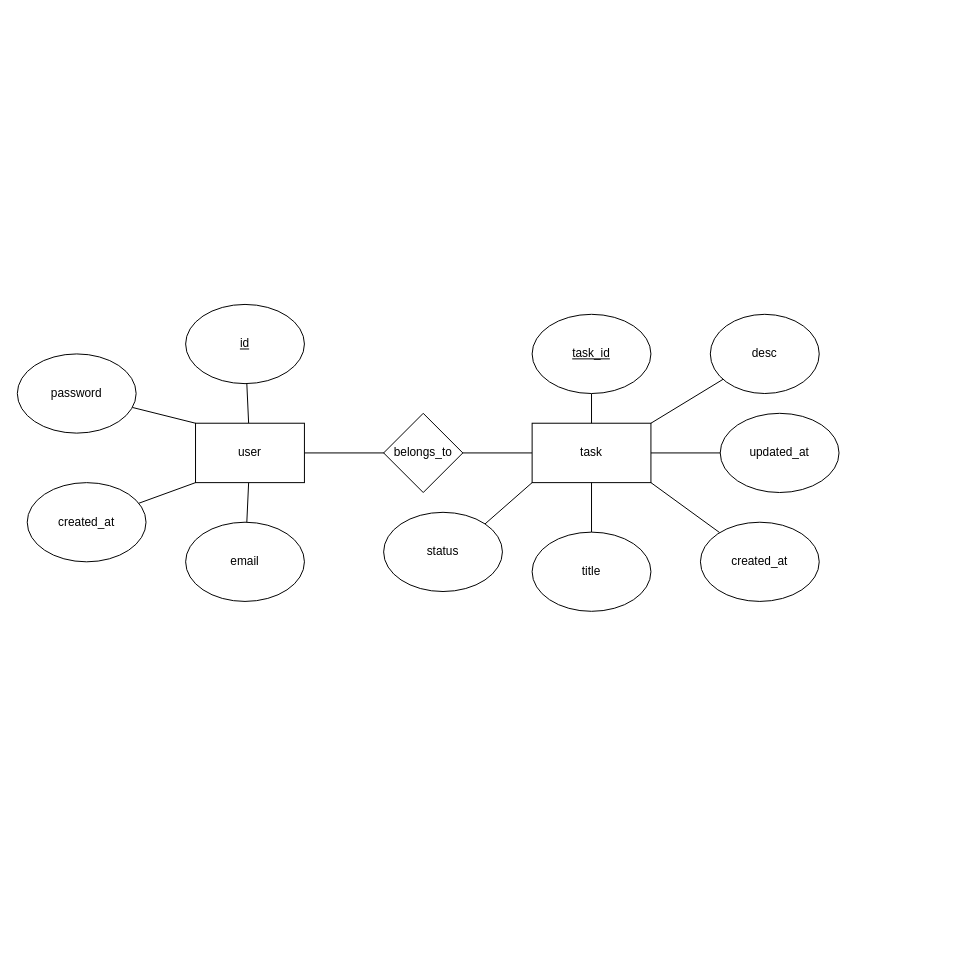
This is diagram.drawio from julianaxxx/task_forest, a draw.io file, before an edit. Source tidied: cells renumbered, new cells numbered last; positions are measured from the earlier drawing's top-left corner, leaving out a move shared by most shapes. Both pictures are drawn from the tidied source at 99%, with x=0, y=0 at pixel (17, 304).
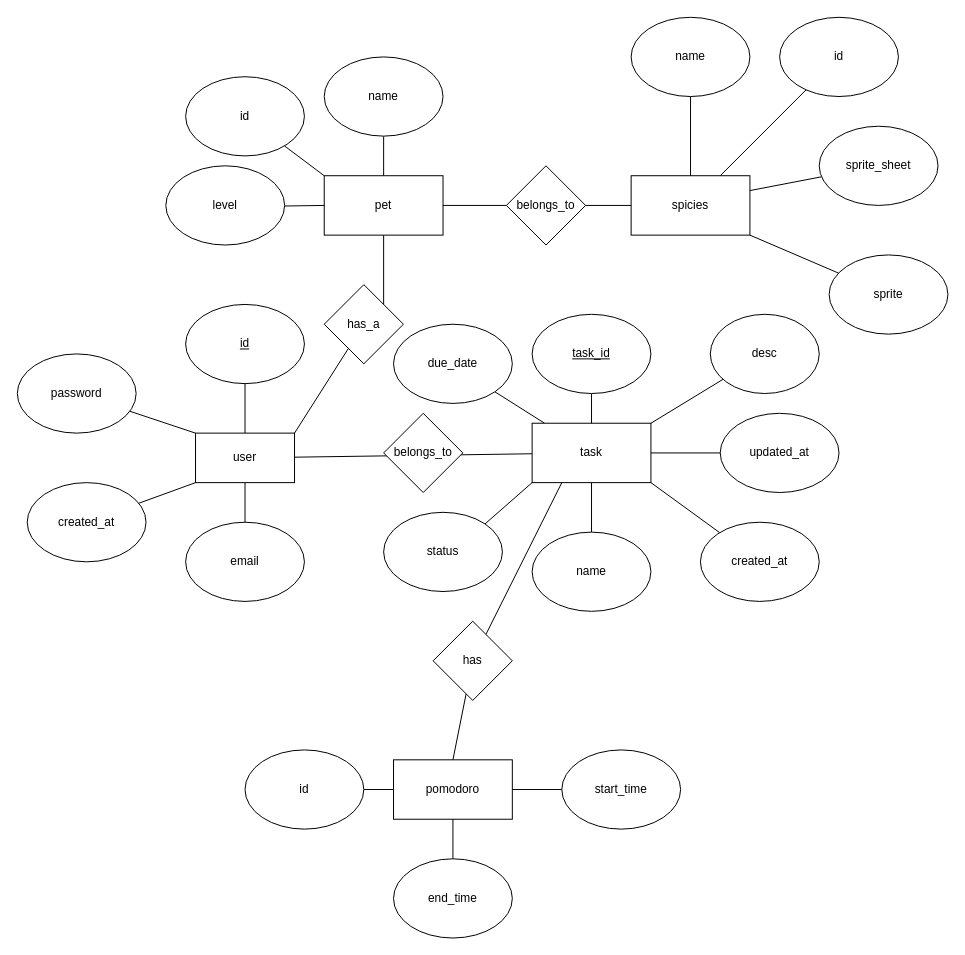
The same diagram, later.

Unchanged cells that the change refers to:
```xml
<mxCell id="7" value="task" style="rounded=0;whiteSpace=wrap;html=1;" parent="1" vertex="1">
  <mxGeometry x="520" y="120" width="120" height="60" as="geometry" />
</mxCell>
```

The edit, as a diff of the source:
```diff
@@
     <mxCell id="5" value="user" style="rounded=0;whiteSpace=wrap;html=1;" parent="1" vertex="1">
-      <mxGeometry x="180" y="120" width="110" height="60" as="geometry" />
+      <mxGeometry x="180" y="130" width="100" height="50" as="geometry" />
     </mxCell>
@@
+    <mxCell id="26" style="edgeStyle=none;html=1;entryX=1;entryY=1;entryDx=0;entryDy=0;endArrow=none;endFill=0;" parent="1" edge="1" source="7" target="49">
+      <mxGeometry relative="1" as="geometry" />
+    </mxCell>
@@
-    <mxCell id="17" value="title" style="ellipse;whiteSpace=wrap;html=1;" parent="1" vertex="1">
+    <mxCell id="17" value="name" style="ellipse;whiteSpace=wrap;html=1;" parent="1" vertex="1">
       <mxGeometry x="520" y="230" width="120" height="80" as="geometry" />
     </mxCell>
@@
+    <mxCell id="27" style="edgeStyle=none;html=1;entryX=1;entryY=0;entryDx=0;entryDy=0;endArrow=none;endFill=0;" parent="1" edge="1" source="29" target="31">
+      <mxGeometry relative="1" as="geometry" />
+    </mxCell>
+    <mxCell id="28" style="edgeStyle=none;html=1;endArrow=none;endFill=0;" parent="1" edge="1" source="29" target="38">
+      <mxGeometry relative="1" as="geometry" />
+    </mxCell>
+    <mxCell id="29" value="pet" style="rounded=0;whiteSpace=wrap;html=1;" parent="1" vertex="1">
+      <mxGeometry x="310" y="-130" width="120" height="60" as="geometry" />
+    </mxCell>
+    <mxCell id="30" style="edgeStyle=none;html=1;entryX=1;entryY=0;entryDx=0;entryDy=0;endArrow=none;endFill=0;" parent="1" edge="1" source="31" target="5">
+      <mxGeometry relative="1" as="geometry" />
+    </mxCell>
+    <mxCell id="31" value="has_a" style="rhombus;whiteSpace=wrap;html=1;" parent="1" vertex="1">
+      <mxGeometry x="310" y="-20" width="80" height="80" as="geometry" />
+    </mxCell>
+    <mxCell id="32" style="edgeStyle=none;html=1;endArrow=none;endFill=0;" parent="1" edge="1" source="33" target="29">
+      <mxGeometry relative="1" as="geometry" />
+    </mxCell>
+    <mxCell id="33" value="name" style="ellipse;whiteSpace=wrap;html=1;" parent="1" vertex="1">
+      <mxGeometry x="310" y="-250" width="120" height="80" as="geometry" />
+    </mxCell>
+    <mxCell id="34" style="edgeStyle=none;html=1;endArrow=none;endFill=0;" parent="1" edge="1" source="35" target="29">
+      <mxGeometry relative="1" as="geometry" />
+    </mxCell>
+    <mxCell id="35" value="level" style="ellipse;whiteSpace=wrap;html=1;" parent="1" vertex="1">
+      <mxGeometry x="150" y="-140" width="120" height="80" as="geometry" />
+    </mxCell>
+    <mxCell id="36" value="spicies" style="rounded=0;whiteSpace=wrap;html=1;" parent="1" vertex="1">
+      <mxGeometry x="620" y="-130" width="120" height="60" as="geometry" />
+    </mxCell>
+    <mxCell id="37" style="edgeStyle=none;html=1;endArrow=none;endFill=0;" parent="1" edge="1" source="38" target="36">
+      <mxGeometry relative="1" as="geometry" />
+    </mxCell>
+    <mxCell id="38" value="belongs_to" style="rhombus;whiteSpace=wrap;html=1;" parent="1" vertex="1">
+      <mxGeometry x="494" y="-140" width="80" height="80" as="geometry" />
+    </mxCell>
+    <mxCell id="39" style="edgeStyle=none;html=1;endArrow=none;endFill=0;" parent="1" edge="1" source="40" target="36">
+      <mxGeometry relative="1" as="geometry" />
+    </mxCell>
+    <mxCell id="40" value="name" style="ellipse;whiteSpace=wrap;html=1;" parent="1" vertex="1">
+      <mxGeometry x="620" y="-290" width="120" height="80" as="geometry" />
+    </mxCell>
+    <mxCell id="41" style="edgeStyle=none;html=1;entryX=1;entryY=0.25;entryDx=0;entryDy=0;endArrow=none;endFill=0;" parent="1" edge="1" source="42" target="36">
+      <mxGeometry relative="1" as="geometry" />
+    </mxCell>
+    <mxCell id="42" value="sprite_sheet" style="ellipse;whiteSpace=wrap;html=1;" parent="1" vertex="1">
+      <mxGeometry x="810" y="-180" width="120" height="80" as="geometry" />
+    </mxCell>
+    <mxCell id="43" style="edgeStyle=none;html=1;entryX=1;entryY=1;entryDx=0;entryDy=0;endArrow=none;endFill=0;" parent="1" edge="1" source="44" target="36">
+      <mxGeometry relative="1" as="geometry" />
+    </mxCell>
+    <mxCell id="44" value="sprite" style="ellipse;whiteSpace=wrap;html=1;" parent="1" vertex="1">
+      <mxGeometry x="820" y="-50" width="120" height="80" as="geometry" />
+    </mxCell>
+    <mxCell id="45" style="edgeStyle=none;html=1;endArrow=none;endFill=0;" parent="1" edge="1" source="46" target="36">
+      <mxGeometry relative="1" as="geometry" />
+    </mxCell>
+    <mxCell id="46" value="id" style="ellipse;whiteSpace=wrap;html=1;" parent="1" vertex="1">
+      <mxGeometry x="770" y="-290" width="120" height="80" as="geometry" />
+    </mxCell>
+    <mxCell id="47" style="edgeStyle=none;html=1;entryX=0;entryY=0;entryDx=0;entryDy=0;endArrow=none;endFill=0;" parent="1" edge="1" source="48" target="29">
+      <mxGeometry relative="1" as="geometry" />
+    </mxCell>
+    <mxCell id="48" value="id" style="ellipse;whiteSpace=wrap;html=1;" parent="1" vertex="1">
+      <mxGeometry x="170" y="-230" width="120" height="80" as="geometry" />
+    </mxCell>
+    <mxCell id="49" value="due_date" style="ellipse;whiteSpace=wrap;html=1;" parent="1" vertex="1">
+      <mxGeometry x="380" y="20" width="120" height="80" as="geometry" />
+    </mxCell>
+    <mxCell id="50" value="pomodoro" style="rounded=0;whiteSpace=wrap;html=1;" parent="1" vertex="1">
+      <mxGeometry x="380" y="460" width="120" height="60" as="geometry" />
+    </mxCell>
+    <mxCell id="51" style="edgeStyle=none;html=1;entryX=0.25;entryY=1;entryDx=0;entryDy=0;endArrow=none;endFill=0;" parent="1" edge="1" source="53" target="7">
+      <mxGeometry relative="1" as="geometry" />
+    </mxCell>
+    <mxCell id="52" style="edgeStyle=none;html=1;entryX=0.5;entryY=0;entryDx=0;entryDy=0;endArrow=none;endFill=0;" parent="1" edge="1" source="53" target="50">
+      <mxGeometry relative="1" as="geometry" />
+    </mxCell>
+    <mxCell id="53" value="has" style="rhombus;whiteSpace=wrap;html=1;" parent="1" vertex="1">
+      <mxGeometry x="420" y="320" width="80" height="80" as="geometry" />
+    </mxCell>
+    <mxCell id="54" style="edgeStyle=none;html=1;endArrow=none;endFill=0;" parent="1" edge="1" source="55" target="50">
+      <mxGeometry relative="1" as="geometry" />
+    </mxCell>
+    <mxCell id="55" value="end_time" style="ellipse;whiteSpace=wrap;html=1;" parent="1" vertex="1">
+      <mxGeometry x="380" y="560" width="120" height="80" as="geometry" />
+    </mxCell>
+    <mxCell id="56" style="edgeStyle=none;html=1;endArrow=none;endFill=0;" parent="1" edge="1" source="57" target="50">
+      <mxGeometry relative="1" as="geometry" />
+    </mxCell>
+    <mxCell id="57" value="start_time" style="ellipse;whiteSpace=wrap;html=1;" parent="1" vertex="1">
+      <mxGeometry x="550" y="450" width="120" height="80" as="geometry" />
+    </mxCell>
+    <mxCell id="58" style="edgeStyle=none;html=1;endArrow=none;endFill=0;" parent="1" edge="1" source="59" target="50">
+      <mxGeometry relative="1" as="geometry" />
+    </mxCell>
+    <mxCell id="59" value="id" style="ellipse;whiteSpace=wrap;html=1;" parent="1" vertex="1">
+      <mxGeometry x="230" y="450" width="120" height="80" as="geometry" />
+    </mxCell>
```
